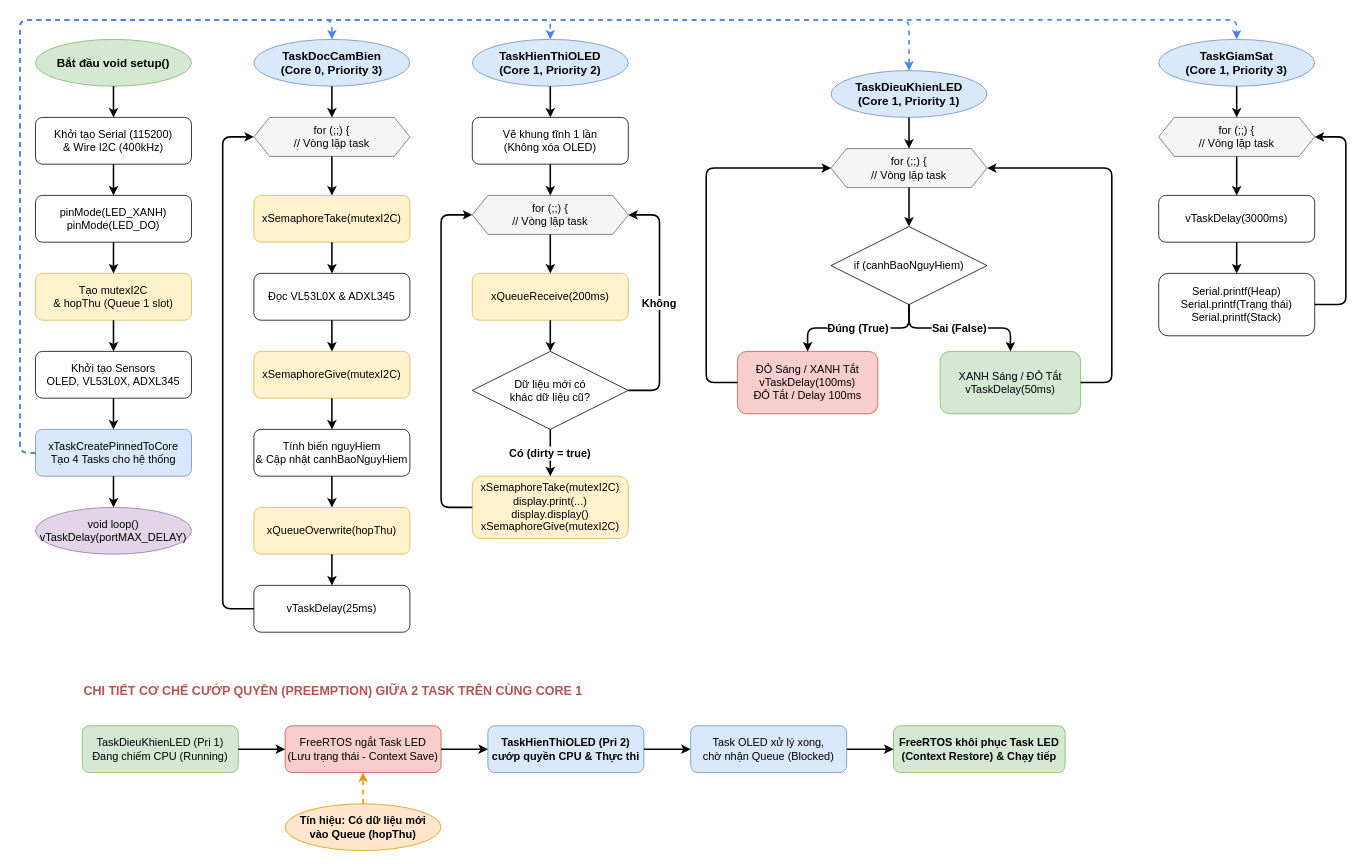
This is N5K2/HeDieuHanhNhung/Code/HeThongNhung/flowchart.drawio from Annguyen011/University, a draw.io file, before an edit. Source tidied: cells renumbered, new cells numbered last; positions are measured from the earlier drawing's top-left corner, leaving out a move shared by most shapes. Both pictures are drawn from the tidied source at 78%, with x=0, y=0 at pixel (20, 20).
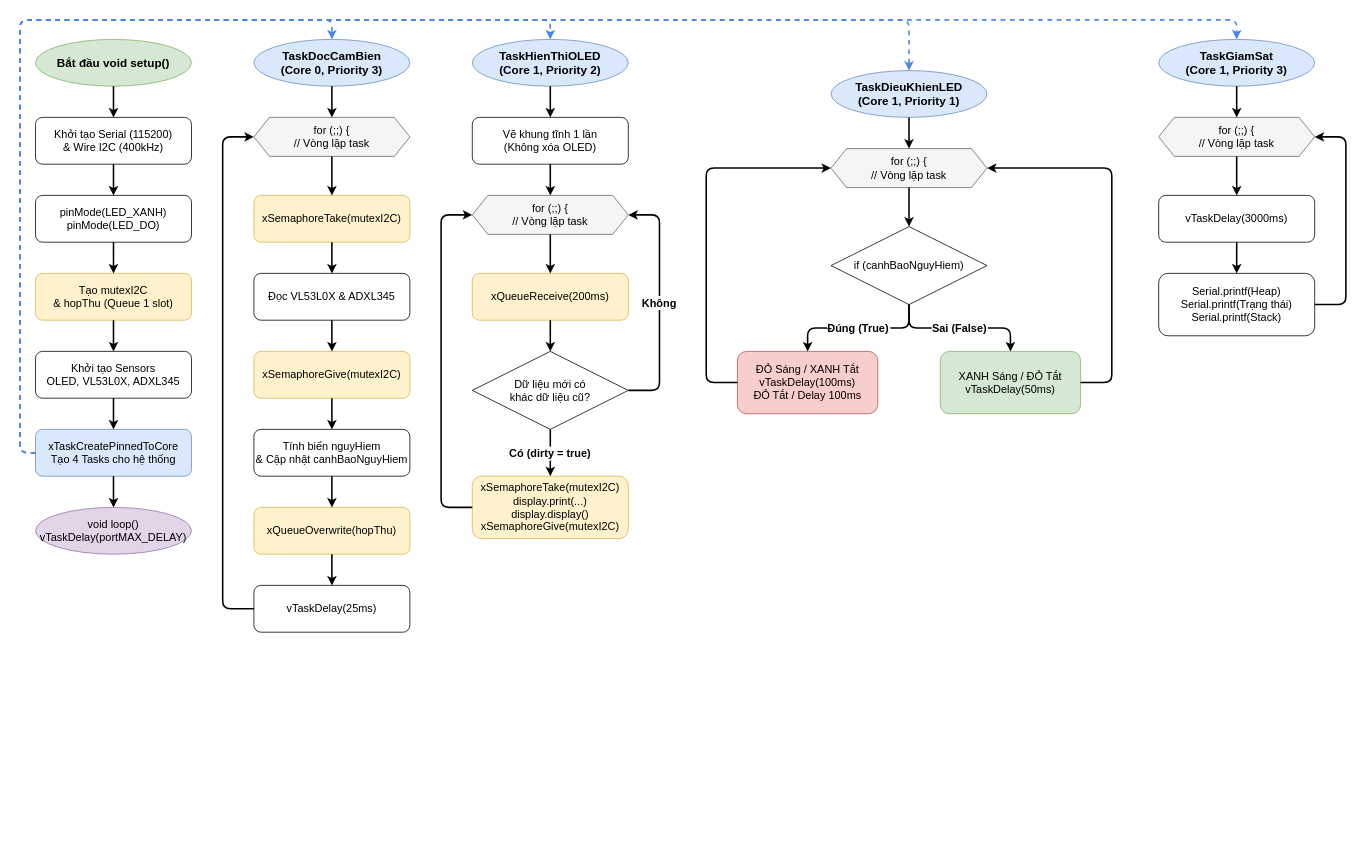
After the change.

The edit, as a diff of the source:
```diff
@@
-    <mxCell id="67" value="CHI TIẾT CƠ CHẾ CƯỚP QUYỀN (PREEMPTION) GIỮA 2 TASK TRÊN CÙNG CORE 1" style="text;html=1;strokeColor=none;fillColor=none;align=left;verticalAlign=middle;whiteSpace=wrap;rounded=0;fontStyle=1;fontSize=16;fontColor=#B85450;" parent="1" vertex="1">
-      <mxGeometry x="80" y="845" width="800" height="30" as="geometry" />
-    </mxCell>
-    <mxCell id="68" value="TaskDieuKhienLED (Pri 1)&#10;Đang chiếm CPU (Running)" style="rounded=1;whiteSpace=wrap;html=1;fillColor=#d5e8d4;strokeColor=#82b366;fontSize=14;" parent="1" vertex="1">
-      <mxGeometry x="80" y="905" width="200" height="60" as="geometry" />
-    </mxCell>
-    <mxCell id="69" value="Tín hiệu: Có dữ liệu mới&#10;vào Queue (hopThu)" style="ellipse;whiteSpace=wrap;html=1;fillColor=#ffe6cc;strokeColor=#d79b00;fontSize=14;fontStyle=1;" parent="1" vertex="1">
-      <mxGeometry x="340" y="1005" width="200" height="60" as="geometry" />
-    </mxCell>
-    <mxCell id="70" value="FreeRTOS ngắt Task LED&#10;(Lưu trạng thái - Context Save)" style="rounded=1;whiteSpace=wrap;html=1;fillColor=#f8cecc;strokeColor=#b85450;fontSize=14;" parent="1" vertex="1">
-      <mxGeometry x="340" y="905" width="200" height="60" as="geometry" />
-    </mxCell>
-    <mxCell id="71" value="TaskHienThiOLED (Pri 2)&#10;cướp quyền CPU &amp; Thực thi" style="rounded=1;whiteSpace=wrap;html=1;fillColor=#dae8fc;strokeColor=#6c8ebf;fontSize=14;fontStyle=1;" parent="1" vertex="1">
-      <mxGeometry x="600" y="905" width="200" height="60" as="geometry" />
-    </mxCell>
-    <mxCell id="72" value="Task OLED xử lý xong,&#10;chờ nhận Queue (Blocked)" style="rounded=1;whiteSpace=wrap;html=1;fillColor=#dae8fc;strokeColor=#6c8ebf;fontSize=14;" parent="1" vertex="1">
-      <mxGeometry x="860" y="905" width="200" height="60" as="geometry" />
-    </mxCell>
-    <mxCell id="73" value="FreeRTOS khôi phục Task LED&#10;(Context Restore) &amp; Chạy tiếp" style="rounded=1;whiteSpace=wrap;html=1;fillColor=#d5e8d4;strokeColor=#82b366;fontSize=14;fontStyle=1;" parent="1" vertex="1">
-      <mxGeometry x="1120" y="905" width="220" height="60" as="geometry" />
-    </mxCell>
-    <mxCell id="74" style="edgeStyle=orthogonalEdgeStyle;strokeWidth=2;" parent="1" edge="1" source="68" target="70">
-      <mxGeometry relative="1" as="geometry" />
-    </mxCell>
-    <mxCell id="75" style="edgeStyle=orthogonalEdgeStyle;strokeWidth=2;dashed=1;strokeColor=#d79b00;" parent="1" edge="1" source="69" target="70">
-      <mxGeometry relative="1" as="geometry" />
-    </mxCell>
-    <mxCell id="76" style="edgeStyle=orthogonalEdgeStyle;strokeWidth=2;" parent="1" edge="1" source="70" target="71">
-      <mxGeometry relative="1" as="geometry" />
-    </mxCell>
-    <mxCell id="77" style="edgeStyle=orthogonalEdgeStyle;strokeWidth=2;" parent="1" edge="1" source="71" target="72">
-      <mxGeometry relative="1" as="geometry" />
-    </mxCell>
-    <mxCell id="78" style="edgeStyle=orthogonalEdgeStyle;strokeWidth=2;" parent="1" edge="1" source="72" target="73">
-      <mxGeometry relative="1" as="geometry" />
-    </mxCell>
```
